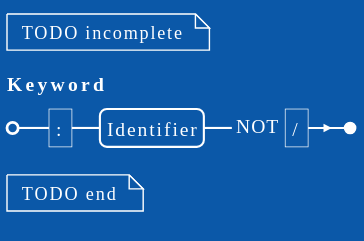
This is docs/grammar/clojure.edn_keyword.svg from DotFox/edn.c, a PlantUML export, as it was before one commit.
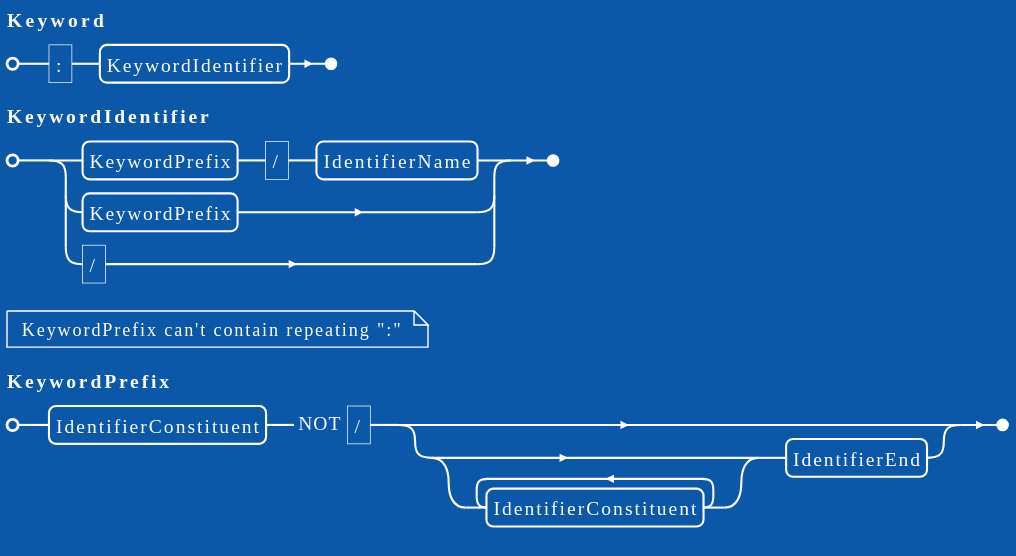
After the change.

Change to the diagram source:
```diff
@@ -1,6 +1,11 @@
 @startebnf
 !theme amiga
-(* TODO incomplete *)
-Keyword = ":" , Identifier - "/" ;
-(* TODO end *)
+Keyword = ":" , KeywordIdentifier ;
+
+KeywordIdentifier = KeywordPrefix , "/" , IdentifierName
+                  | KeywordPrefix
+                  | "/" ;
+
+(* KeywordPrefix can't contain repeating ":" *)
+KeywordPrefix = IdentifierConstituent - "/" , [ { IdentifierConstituent } , IdentifierEnd ] ;
 @endebnf
```
